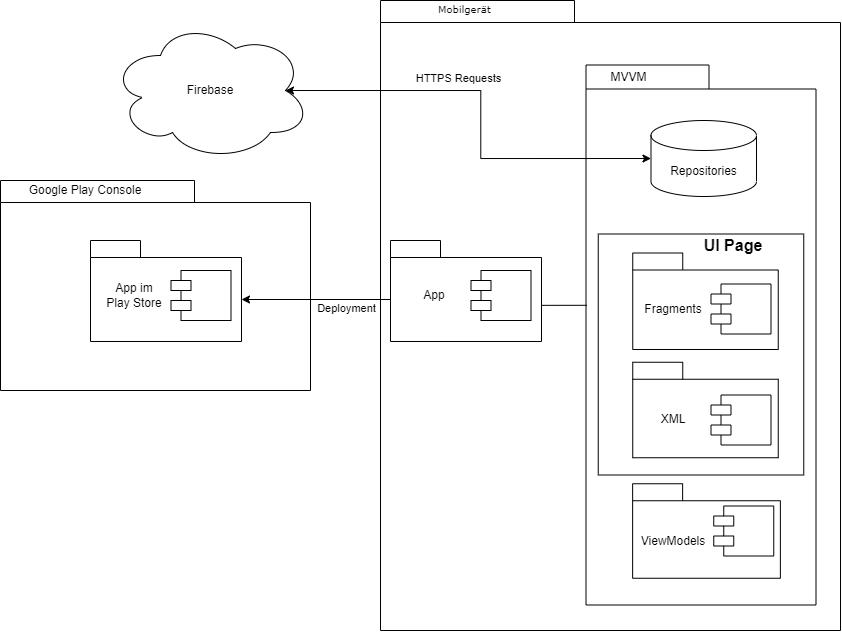
Earlier version of the draw.io export Latex__neu/images/diagramme/DeploymentDiagramm.png (NicoB-Code/LearnAhead). Source tidied: cells renumbered, new cells last; positions are measured from the earlier drawing's top-left corner, leaving out a move shared by most shapes. Source of this version:
```xml
<mxGraphModel>
  <root>
    <mxCell id="0" />
    <mxCell id="1" parent="0" />
    <mxCell id="2" style="shape=folder;fontStyle=1;spacingTop=10;tabWidth=194;tabHeight=22;tabPosition=left;html=1;rounded=0;shadow=0;comic=0;labelBackgroundColor=none;strokeWidth=1;fillColor=none;fontFamily=Verdana;fontSize=10;align=center;" parent="1" vertex="1">
      <mxGeometry y="180" width="310" height="210" as="geometry" />
    </mxCell>
    <mxCell id="3" style="group;fillColor=none;" parent="1" vertex="1">
      <mxGeometry x="585.5" y="64.5" width="230" height="540" as="geometry" />
    </mxCell>
    <mxCell id="4" style="group;" parent="3" vertex="1">
      <mxGeometry width="230" height="540" as="geometry" />
    </mxCell>
    <mxCell id="5" style="shape=folder;fontStyle=1;spacingTop=10;tabWidth=123;tabHeight=24;tabPosition=left;html=1;rounded=0;shadow=0;comic=0;labelBackgroundColor=none;strokeWidth=1;fontFamily=Verdana;fontSize=10;align=center;" parent="4" vertex="1">
      <mxGeometry width="230" height="540" as="geometry" />
    </mxCell>
    <mxCell id="6" style="rounded=0;whiteSpace=wrap;html=1;" parent="4" vertex="1">
      <mxGeometry x="12.2" y="169" width="205.5" height="241" as="geometry" />
    </mxCell>
    <mxCell id="7" style="shape=folder;fontStyle=1;spacingTop=10;tabWidth=50;tabHeight=17;tabPosition=left;html=1;rounded=0;shadow=0;comic=0;labelBackgroundColor=none;strokeWidth=1;fontFamily=Verdana;fontSize=10;align=center;" parent="4" vertex="1">
      <mxGeometry x="46.8" y="188" width="145.5" height="96.5" as="geometry" />
    </mxCell>
    <mxCell id="8" value="MVVM" style="text;html=1;strokeColor=none;fillColor=none;align=center;verticalAlign=middle;whiteSpace=wrap;rounded=0;" parent="4" vertex="1">
      <mxGeometry x="10" width="64.5" height="25.5" as="geometry" />
    </mxCell>
    <mxCell id="9" style="shape=module;align=left;spacingLeft=20;align=center;verticalAlign=top;whiteSpace=wrap;html=1;" parent="4" vertex="1">
      <mxGeometry x="125" y="219" width="60" height="50" as="geometry" />
    </mxCell>
    <mxCell id="10" value="Fragments" style="text;html=1;strokeColor=none;fillColor=none;align=center;verticalAlign=middle;whiteSpace=wrap;rounded=0;" parent="4" vertex="1">
      <mxGeometry x="57.8" y="229" width="60" height="30" as="geometry" />
    </mxCell>
    <mxCell id="11" style="shape=folder;fontStyle=1;spacingTop=10;tabWidth=50;tabHeight=17;tabPosition=left;html=1;rounded=0;shadow=0;comic=0;labelBackgroundColor=none;strokeWidth=1;fontFamily=Verdana;fontSize=10;align=center;" parent="4" vertex="1">
      <mxGeometry x="46.6" y="418.8" width="147.8" height="94.5" as="geometry" />
    </mxCell>
    <mxCell id="12" style="shape=module;align=left;spacingLeft=20;align=center;verticalAlign=top;whiteSpace=wrap;html=1;" parent="4" vertex="1">
      <mxGeometry x="127.8" y="441" width="60" height="50" as="geometry" />
    </mxCell>
    <mxCell id="13" value="ViewModels" style="text;html=1;strokeColor=none;fillColor=none;align=center;verticalAlign=middle;whiteSpace=wrap;rounded=0;" parent="4" vertex="1">
      <mxGeometry x="57.8" y="461" width="60" height="30" as="geometry" />
    </mxCell>
    <mxCell id="14" style="shape=folder;fontStyle=1;spacingTop=10;tabWidth=50;tabHeight=17;tabPosition=left;html=1;rounded=0;shadow=0;comic=0;labelBackgroundColor=none;strokeWidth=1;fontFamily=Verdana;fontSize=10;align=center;" parent="4" vertex="1">
      <mxGeometry x="46.8" y="297.2" width="145.5" height="95.5" as="geometry" />
    </mxCell>
    <mxCell id="15" style="shape=module;align=left;spacingLeft=20;align=center;verticalAlign=top;whiteSpace=wrap;html=1;" parent="4" vertex="1">
      <mxGeometry x="125" y="330" width="60" height="50" as="geometry" />
    </mxCell>
    <mxCell id="16" value="XML" style="text;html=1;strokeColor=none;fillColor=none;align=center;verticalAlign=middle;whiteSpace=wrap;rounded=0;" parent="4" vertex="1">
      <mxGeometry x="57.8" y="340" width="60" height="30" as="geometry" />
    </mxCell>
    <mxCell id="17" value="&lt;b&gt;&lt;font style=&quot;font-size: 16px;&quot;&gt;UI Page&lt;/font&gt;&lt;/b&gt;" style="text;html=1;strokeColor=none;fillColor=none;align=center;verticalAlign=middle;whiteSpace=wrap;rounded=0;" parent="4" vertex="1">
      <mxGeometry x="82.2" y="165.5" width="130" height="30" as="geometry" />
    </mxCell>
    <mxCell id="18" value="Repositories" style="shape=cylinder3;whiteSpace=wrap;html=1;boundedLbl=1;backgroundOutline=1;size=15;" parent="4" vertex="1">
      <mxGeometry x="65" y="55.5" width="105.5" height="76" as="geometry" />
    </mxCell>
    <mxCell id="19" value="Mobilgerät" style="text;html=1;align=left;verticalAlign=top;spacingTop=-4;fontSize=10;fontFamily=Verdana;" parent="1" vertex="1">
      <mxGeometry x="435.5" width="130" height="20" as="geometry" />
    </mxCell>
    <mxCell id="20" style="edgeStyle=orthogonalEdgeStyle;rounded=0;jettySize=auto;html=1;endArrow=none;endFill=0;exitX=1.004;exitY=0.642;exitDx=0;exitDy=0;exitPerimeter=0;entryX=0.004;entryY=0.445;entryDx=0;entryDy=0;entryPerimeter=0;" parent="1" edge="1" source="21" target="5">
      <mxGeometry relative="1" as="geometry" />
    </mxCell>
    <mxCell id="21" style="shape=folder;fontStyle=1;spacingTop=10;tabWidth=50;tabHeight=17;tabPosition=left;html=1;rounded=0;shadow=0;comic=0;labelBackgroundColor=none;strokeWidth=1;fontFamily=Verdana;fontSize=10;align=center;" parent="1" vertex="1">
      <mxGeometry x="390" y="240" width="151" height="101" as="geometry" />
    </mxCell>
    <mxCell id="22" style="shape=module;align=left;spacingLeft=20;align=center;verticalAlign=top;whiteSpace=wrap;html=1;" parent="1" vertex="1">
      <mxGeometry x="470.5" y="270" width="60" height="50" as="geometry" />
    </mxCell>
    <mxCell id="23" value="App" style="text;html=1;strokeColor=none;fillColor=none;align=center;verticalAlign=middle;whiteSpace=wrap;rounded=0;" parent="1" vertex="1">
      <mxGeometry x="404" y="280" width="60" height="30" as="geometry" />
    </mxCell>
    <mxCell id="24" value="Firebase" style="ellipse;shape=cloud;whiteSpace=wrap;html=1;" parent="1" vertex="1">
      <mxGeometry x="110" y="20" width="200" height="140" as="geometry" />
    </mxCell>
    <mxCell id="25" style="endArrow=classic;startArrow=classic;html=1;rounded=0;exitX=0.875;exitY=0.5;exitDx=0;exitDy=0;exitPerimeter=0;entryX=0;entryY=0.5;entryDx=0;entryDy=0;entryPerimeter=0;edgeStyle=orthogonalEdgeStyle;" parent="1" edge="1" source="24" target="18">
      <mxGeometry relative="1" as="geometry" />
    </mxCell>
    <mxCell id="26" value="HTTPS Requests" style="edgeLabel;html=1;align=center;verticalAlign=middle;" parent="25" vertex="1">
      <mxGeometry x="-0.05" y="-3" relative="1" as="geometry">
        <mxPoint x="-20" y="-23" as="offset" />
      </mxGeometry>
    </mxCell>
    <mxCell id="27" style="endArrow=classic;html=1;rounded=0;exitX=0;exitY=0;exitDx=0;exitDy=59;exitPerimeter=0;entryX=0;entryY=0;entryDx=151;entryDy=59;entryPerimeter=0;" parent="1" edge="1" source="21" target="31">
      <mxGeometry relative="1" as="geometry" />
    </mxCell>
    <mxCell id="28" value="Deployment" style="edgeLabel;html=1;align=center;verticalAlign=middle;" parent="27" vertex="1">
      <mxGeometry x="-0.21" y="-1" relative="1" as="geometry">
        <mxPoint x="14" y="10" as="offset" />
      </mxGeometry>
    </mxCell>
    <mxCell id="29" style="shape=folder;fontStyle=1;spacingTop=10;tabWidth=194;tabHeight=22;tabPosition=left;html=1;rounded=0;shadow=0;comic=0;labelBackgroundColor=none;strokeWidth=1;fillColor=none;fontFamily=Verdana;fontSize=10;align=center;" parent="1" vertex="1">
      <mxGeometry x="380" width="460" height="630" as="geometry" />
    </mxCell>
    <mxCell id="30" value="Google Play Console" style="text;html=1;strokeColor=none;fillColor=none;align=center;verticalAlign=middle;whiteSpace=wrap;rounded=0;" parent="1" vertex="1">
      <mxGeometry x="20" y="180" width="130" height="20" as="geometry" />
    </mxCell>
    <mxCell id="31" style="shape=folder;fontStyle=1;spacingTop=10;tabWidth=50;tabHeight=17;tabPosition=left;html=1;rounded=0;shadow=0;comic=0;labelBackgroundColor=none;strokeWidth=1;fontFamily=Verdana;fontSize=10;align=center;" parent="1" vertex="1">
      <mxGeometry x="90" y="240" width="151" height="101" as="geometry" />
    </mxCell>
    <mxCell id="32" style="shape=module;align=left;spacingLeft=20;align=center;verticalAlign=top;whiteSpace=wrap;html=1;" parent="1" vertex="1">
      <mxGeometry x="170.5" y="270" width="60" height="50" as="geometry" />
    </mxCell>
    <mxCell id="33" value="App im Play Store" style="text;html=1;strokeColor=none;fillColor=none;align=center;verticalAlign=middle;whiteSpace=wrap;rounded=0;" parent="1" vertex="1">
      <mxGeometry x="104" y="280" width="60" height="30" as="geometry" />
    </mxCell>
  </root>
</mxGraphModel>
```
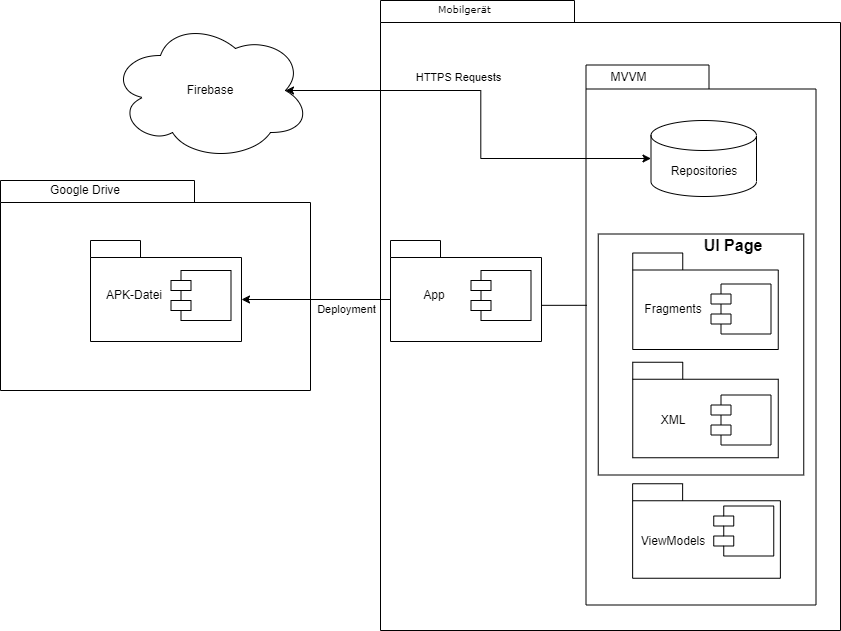
Later version of the same file.

What changed in the source:
```diff
@@ -90,7 +90,7 @@
     <mxCell id="29" style="shape=folder;fontStyle=1;spacingTop=10;tabWidth=194;tabHeight=22;tabPosition=left;html=1;rounded=0;shadow=0;comic=0;labelBackgroundColor=none;strokeWidth=1;fillColor=none;fontFamily=Verdana;fontSize=10;align=center;" parent="1" vertex="1">
       <mxGeometry x="380" width="460" height="630" as="geometry" />
     </mxCell>
-    <mxCell id="30" value="Google Play Console" style="text;html=1;strokeColor=none;fillColor=none;align=center;verticalAlign=middle;whiteSpace=wrap;rounded=0;" parent="1" vertex="1">
+    <mxCell id="30" value="Google Drive" style="text;html=1;strokeColor=none;fillColor=none;align=center;verticalAlign=middle;whiteSpace=wrap;rounded=0;" parent="1" vertex="1">
       <mxGeometry x="20" y="180" width="130" height="20" as="geometry" />
     </mxCell>
     <mxCell id="31" style="shape=folder;fontStyle=1;spacingTop=10;tabWidth=50;tabHeight=17;tabPosition=left;html=1;rounded=0;shadow=0;comic=0;labelBackgroundColor=none;strokeWidth=1;fontFamily=Verdana;fontSize=10;align=center;" parent="1" vertex="1">
@@ -99,7 +99,7 @@
     <mxCell id="32" style="shape=module;align=left;spacingLeft=20;align=center;verticalAlign=top;whiteSpace=wrap;html=1;" parent="1" vertex="1">
       <mxGeometry x="170.5" y="270" width="60" height="50" as="geometry" />
     </mxCell>
-    <mxCell id="33" value="App im Play Store" style="text;html=1;strokeColor=none;fillColor=none;align=center;verticalAlign=middle;whiteSpace=wrap;rounded=0;" parent="1" vertex="1">
+    <mxCell id="33" value="APK-Datei" style="text;html=1;strokeColor=none;fillColor=none;align=center;verticalAlign=middle;whiteSpace=wrap;rounded=0;" parent="1" vertex="1">
       <mxGeometry x="104" y="280" width="60" height="30" as="geometry" />
     </mxCell>
   </root>
```
